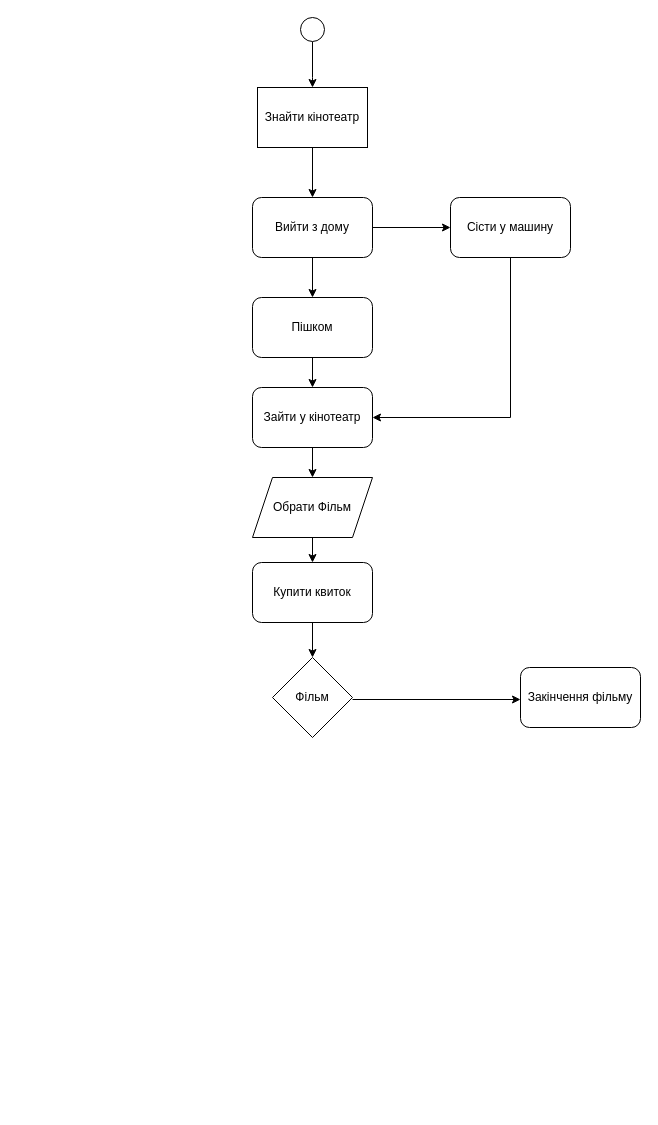
Before: Диаграмма без названия.drawio in VladislavLut/Practical-1, a draw.io diagram. Source tidied: cells renumbered, new cells numbered last; positions are measured from the earlier drawing's top-left corner, leaving out a move shared by most shapes. Both pictures are drawn from the tidied source at 100%, with x=0, y=0 at pixel (252, 17).
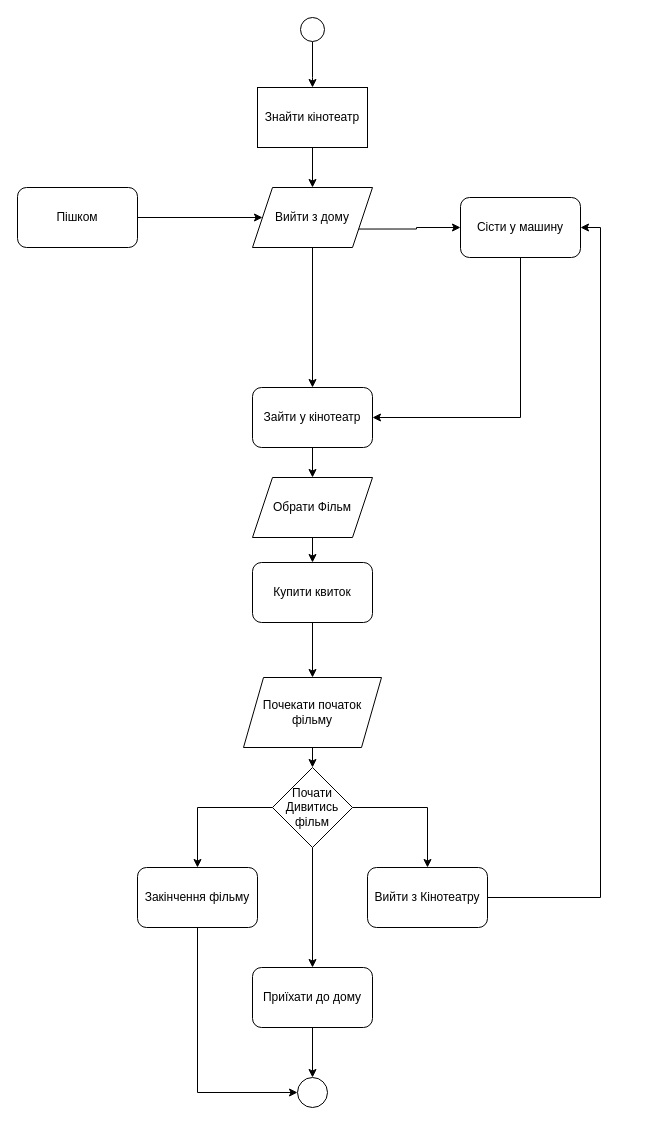
Above is the later version.

The change refers to these unchanged cells:
```xml
<mxCell id="5" value="Знайти кінотеатр" style="rounded=0;whiteSpace=wrap;html=1;" parent="1" vertex="1">
  <mxGeometry x="5" y="70" width="110" height="60" as="geometry" />
</mxCell>
<mxCell id="14" value="Зайти у кінотеатр" style="rounded=1;whiteSpace=wrap;html=1;" parent="1" vertex="1">
  <mxGeometry y="370" width="120" height="60" as="geometry" />
</mxCell>
<mxCell id="16" value="Купити квиток" style="rounded=1;whiteSpace=wrap;html=1;" parent="1" vertex="1">
  <mxGeometry y="545" width="120" height="60" as="geometry" />
</mxCell>
```

Diff of the diagram source:
```diff
@@
-    <mxCell id="4" style="edgeStyle=orthogonalEdgeStyle;rounded=0;jettySize=auto;html=1;exitX=0.5;exitY=1;exitDx=0;exitDy=0;" parent="1" edge="1" source="5" target="8">
+    <mxCell id="4" style="edgeStyle=orthogonalEdgeStyle;rounded=0;jettySize=auto;html=1;exitX=0.5;exitY=1;exitDx=0;exitDy=0;entryX=0.5;entryY=0;entryDx=0;entryDy=0;" parent="1" edge="1" source="5" target="8">
       <mxGeometry relative="1" as="geometry" />
     </mxCell>
@@
-    <mxCell id="6" style="edgeStyle=orthogonalEdgeStyle;rounded=0;jettySize=auto;html=1;exitX=1;exitY=0.5;exitDx=0;exitDy=0;" parent="1" edge="1" source="8" target="12">
-      <mxGeometry relative="1" as="geometry" />
-    </mxCell>
-    <mxCell id="7" style="edgeStyle=orthogonalEdgeStyle;rounded=0;jettySize=auto;html=1;exitX=0.5;exitY=1;exitDx=0;exitDy=0;" parent="1" edge="1" source="8" target="10">
-      <mxGeometry relative="1" as="geometry" />
-    </mxCell>
-    <mxCell id="8" value="Вийти з дому" style="rounded=1;whiteSpace=wrap;html=1;" parent="1" vertex="1">
-      <mxGeometry y="180" width="120" height="60" as="geometry" />
-    </mxCell>
-    <mxCell id="9" style="edgeStyle=orthogonalEdgeStyle;rounded=0;jettySize=auto;html=1;exitX=0.5;exitY=1;exitDx=0;exitDy=0;" parent="1" edge="1" source="10" target="14">
-      <mxGeometry relative="1" as="geometry" />
-    </mxCell>
+    <mxCell id="22" style="edgeStyle=orthogonalEdgeStyle;rounded=0;jettySize=auto;html=1;exitX=1;exitY=0.5;exitDx=0;exitDy=0;entryX=0;entryY=0.5;entryDx=0;entryDy=0;" parent="1" edge="1" source="10" target="8">
+      <mxGeometry relative="1" as="geometry" />
+    </mxCell>
     <mxCell id="10" value="Пішком" style="rounded=1;whiteSpace=wrap;html=1;" parent="1" vertex="1">
-      <mxGeometry y="280" width="120" height="60" as="geometry" />
+      <mxGeometry x="-235" y="170" width="120" height="60" as="geometry" />
     </mxCell>
@@
     <mxCell id="12" value="Сісти у машину" style="rounded=1;whiteSpace=wrap;html=1;" parent="1" vertex="1">
-      <mxGeometry x="198" y="180" width="120" height="60" as="geometry" />
+      <mxGeometry x="208" y="180" width="120" height="60" as="geometry" />
     </mxCell>
@@
-    <mxCell id="15" style="edgeStyle=orthogonalEdgeStyle;rounded=0;jettySize=auto;html=1;exitX=0.5;exitY=1;exitDx=0;exitDy=0;entryX=0.5;entryY=0;entryDx=0;entryDy=0;" parent="1" edge="1" source="16" target="18">
-      <mxGeometry relative="1" as="geometry" />
-    </mxCell>
+    <mxCell id="23" style="edgeStyle=orthogonalEdgeStyle;rounded=0;jettySize=auto;html=1;exitX=0.5;exitY=1;exitDx=0;exitDy=0;entryX=0.5;entryY=0;entryDx=0;entryDy=0;" parent="1" edge="1" source="16" target="31">
+      <mxGeometry relative="1" as="geometry" />
+    </mxCell>
@@
-    <mxCell id="17" style="edgeStyle=orthogonalEdgeStyle;rounded=0;orthogonalLoop=1;jettySize=auto;html=1;exitX=1;exitY=0.5;exitDx=0;exitDy=0;" parent="1" edge="1">
-      <mxGeometry relative="1" as="geometry">
-        <mxPoint x="100" y="682" as="sourcePoint" />
-        <mxPoint x="268" y="682" as="targetPoint" />
-      </mxGeometry>
-    </mxCell>
+    <mxCell id="24" style="edgeStyle=orthogonalEdgeStyle;rounded=0;jettySize=auto;html=1;exitX=1;exitY=0.5;exitDx=0;exitDy=0;entryX=0.5;entryY=0;entryDx=0;entryDy=0;" parent="1" edge="1" source="18" target="29">
+      <mxGeometry relative="1" as="geometry" />
+    </mxCell>
+    <mxCell id="25" style="edgeStyle=orthogonalEdgeStyle;rounded=0;jettySize=auto;html=1;exitX=0;exitY=0.5;exitDx=0;exitDy=0;entryX=0.5;entryY=0;entryDx=0;entryDy=0;" parent="1" edge="1" source="18" target="21">
+      <mxGeometry relative="1" as="geometry" />
+    </mxCell>
+    <mxCell id="26" style="edgeStyle=orthogonalEdgeStyle;rounded=0;jettySize=auto;html=1;exitX=0.5;exitY=1;exitDx=0;exitDy=0;entryX=0.5;entryY=0;entryDx=0;entryDy=0;" parent="1" edge="1" source="18" target="33">
+      <mxGeometry relative="1" as="geometry" />
+    </mxCell>
-    <mxCell id="18" value="Фільм" style="rhombus;whiteSpace=wrap;html=1;" parent="1" vertex="1">
-      <mxGeometry x="20" y="640" width="80" height="80" as="geometry" />
+    <mxCell id="18" value="Почати Дивитись фільм" style="rhombus;whiteSpace=wrap;html=1;" parent="1" vertex="1">
+      <mxGeometry x="20" y="750" width="80" height="80" as="geometry" />
     </mxCell>
@@
+    <mxCell id="27" style="edgeStyle=orthogonalEdgeStyle;rounded=0;jettySize=auto;html=1;exitX=0.5;exitY=1;exitDx=0;exitDy=0;entryX=0;entryY=0.5;entryDx=0;entryDy=0;" parent="1" edge="1" source="21" target="34">
+      <mxGeometry relative="1" as="geometry" />
+    </mxCell>
     <mxCell id="21" value="Закінчення фільму" style="rounded=1;whiteSpace=wrap;html=1;" parent="1" vertex="1">
-      <mxGeometry x="268" y="650" width="120" height="60" as="geometry" />
+      <mxGeometry x="-115" y="850" width="120" height="60" as="geometry" />
     </mxCell>
+    <mxCell id="28" style="edgeStyle=orthogonalEdgeStyle;rounded=0;jettySize=auto;html=1;exitX=1;exitY=0.5;exitDx=0;exitDy=0;entryX=1;entryY=0.5;entryDx=0;entryDy=0;" parent="1" edge="1" source="29" target="12">
+      <mxGeometry relative="1" as="geometry" />
+    </mxCell>
+    <mxCell id="29" value="Вийти з Кінотеатру" style="rounded=1;whiteSpace=wrap;html=1;" parent="1" vertex="1">
+      <mxGeometry x="115" y="850" width="120" height="60" as="geometry" />
+    </mxCell>
+    <mxCell id="30" style="edgeStyle=orthogonalEdgeStyle;rounded=0;jettySize=auto;html=1;exitX=0.5;exitY=1;exitDx=0;exitDy=0;entryX=0.5;entryY=0;entryDx=0;entryDy=0;" parent="1" edge="1" source="31" target="18">
+      <mxGeometry relative="1" as="geometry" />
+    </mxCell>
+    <mxCell id="31" value="Почекати початок фільму" style="shape=parallelogram;perimeter=parallelogramPerimeter;whiteSpace=wrap;html=1;fixedSize=1;" parent="1" vertex="1">
+      <mxGeometry x="-9" y="660" width="138" height="70" as="geometry" />
+    </mxCell>
+    <mxCell id="32" style="edgeStyle=orthogonalEdgeStyle;rounded=0;jettySize=auto;html=1;exitX=0.5;exitY=1;exitDx=0;exitDy=0;entryX=0.5;entryY=0;entryDx=0;entryDy=0;" parent="1" edge="1" source="33" target="34">
+      <mxGeometry relative="1" as="geometry" />
+    </mxCell>
+    <mxCell id="33" value="Приїхати до дому" style="rounded=1;whiteSpace=wrap;html=1;" parent="1" vertex="1">
+      <mxGeometry y="950" width="120" height="60" as="geometry" />
+    </mxCell>
+    <mxCell id="34" style="ellipse;whiteSpace=wrap;html=1;" parent="1" vertex="1">
+      <mxGeometry x="45" y="1060" width="30" height="30" as="geometry" />
+    </mxCell>
+    <mxCell id="6" style="edgeStyle=orthogonalEdgeStyle;rounded=0;jettySize=auto;html=1;exitX=1;exitY=0.75;exitDx=0;exitDy=0;entryX=0;entryY=0.5;entryDx=0;entryDy=0;" parent="1" edge="1" source="8" target="12">
+      <mxGeometry relative="1" as="geometry" />
+    </mxCell>
+    <mxCell id="35" style="edgeStyle=orthogonalEdgeStyle;rounded=0;jettySize=auto;html=1;exitX=0.5;exitY=1;exitDx=0;exitDy=0;entryX=0.5;entryY=0;entryDx=0;entryDy=0;" parent="1" edge="1" source="8" target="14">
+      <mxGeometry relative="1" as="geometry" />
+    </mxCell>
+    <mxCell id="8" value="Вийти з дому" style="shape=parallelogram;perimeter=parallelogramPerimeter;whiteSpace=wrap;html=1;fixedSize=1;" parent="1" vertex="1">
+      <mxGeometry y="170" width="120" height="60" as="geometry" />
+    </mxCell>
```
